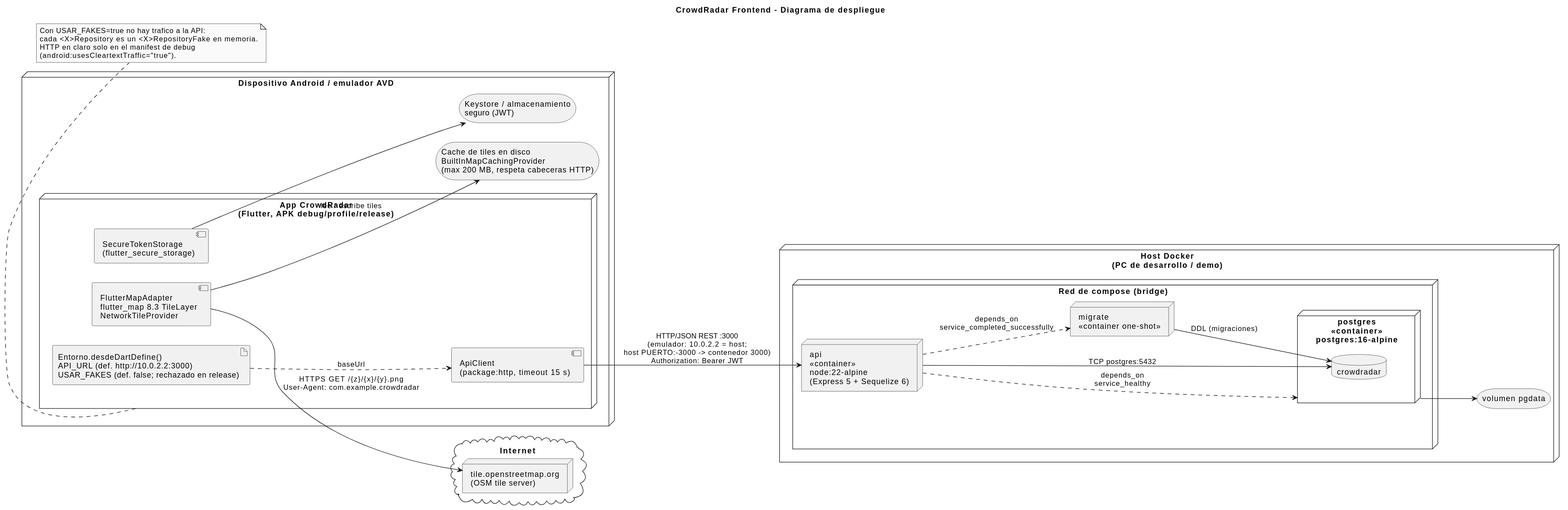
This is docs/diagramas/despliegue.svg from Walturx/CrowdRadar-FrontEnd, a PlantUML export, as it was before one commit. The source it was exported from:
```plantuml
@startuml
skinparam monochrome true
skinparam shadowing false
skinparam defaultFontName Arial
left to right direction

title CrowdRadar Frontend - Diagrama de despliegue

node "Dispositivo Android / emulador AVD" as android {
  node "App CrowdRadar\n(Flutter, APK debug/profile/release)" as apk {
    artifact "Entorno.desdeDartDefine()\nAPI_URL (def. http://10.0.2.2:3000)\nUSAR_FAKES (def. false; rechazado en release)" as entorno
    component "ApiClient\n(package:http, timeout 15 s)" as api
    component "FlutterMapAdapter\nflutter_map 8.3 TileLayer\nNetworkTileProvider" as mapa
    component "SecureTokenStorage\n(flutter_secure_storage)" as tokens
  }
  storage "Cache de tiles en disco\nBuiltInMapCachingProvider\n(max 200 MB, respeta cabeceras HTTP)" as cacheTiles
  storage "Keystore / almacenamiento\nseguro (JWT)" as keystore
}

cloud "Internet" as internet {
  node "tile.openstreetmap.org\n(OSM tile server)" as osm
}

node "Host Docker\n(PC de desarrollo / demo)" as host {
  node "Red de compose (bridge)" as red {
    node "api\n<<container>>\nnode:22-alpine\n(Express 5 + Sequelize 6)" as apiC
    node "migrate\n<<container one-shot>>" as migrate
    node "postgres\n<<container>>\npostgres:16-alpine" as postgres {
      database "crowdradar" as bd
    }
  }
  storage "volumen pgdata" as pgdata
}

entorno ..> api : baseUrl
api --> apiC : HTTP/JSON REST :3000\n(emulador: 10.0.2.2 = host;\nhost PUERTO:-3000 -> contenedor 3000)\nAuthorization: Bearer JWT
mapa --> osm : HTTPS GET /{z}/{x}/{y}.png\nUser-Agent: com.example.crowdradar
mapa --> cacheTiles : lee / escribe tiles
tokens --> keystore
apiC --> bd : TCP postgres:5432
migrate --> bd : DDL (migraciones)
postgres --> pgdata
apiC ..> migrate : depends_on\nservice_completed_successfully
apiC ..> postgres : depends_on\nservice_healthy

note bottom of apk
  Con USAR_FAKES=true no hay trafico a la API:
  cada <X>Repository es un <X>RepositoryFake en memoria.
  HTTP en claro solo en el manifest de debug
  (android:usesCleartextTraffic="true").
end note
@enduml
```
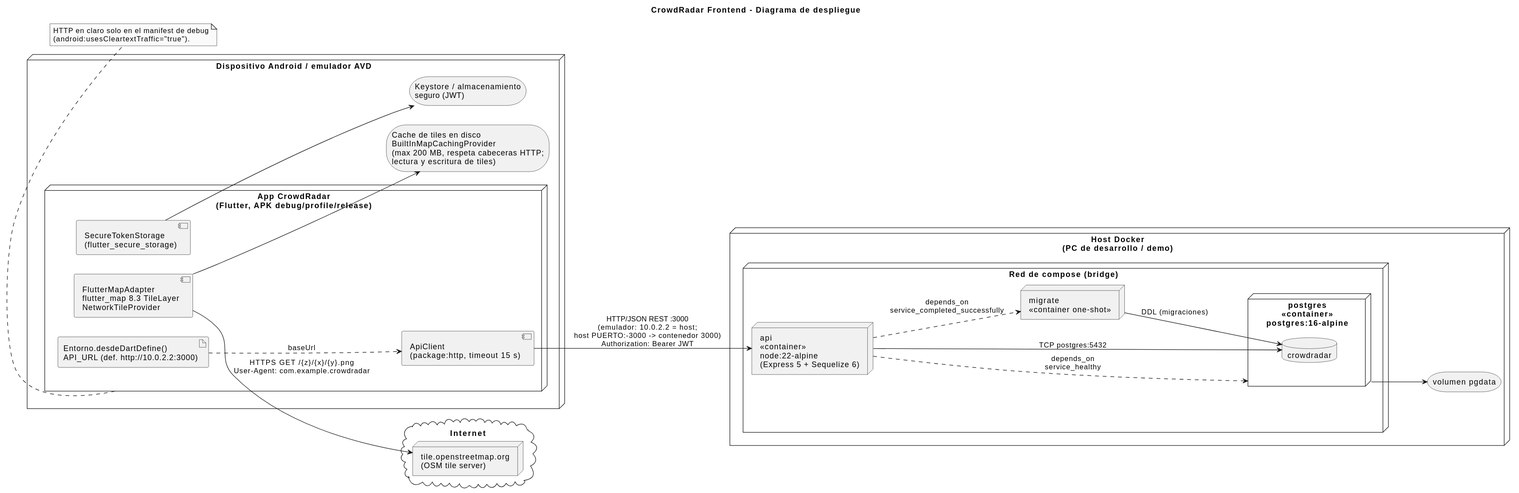
Later version of the same file.

Commit message:
docs: describe the app without fakes in the README and the diagrams

Diff of the diagram source:
```diff
@@ -8,12 +8,12 @@
 
 node "Dispositivo Android / emulador AVD" as android {
   node "App CrowdRadar\n(Flutter, APK debug/profile/release)" as apk {
-    artifact "Entorno.desdeDartDefine()\nAPI_URL (def. http://10.0.2.2:3000)\nUSAR_FAKES (def. false; rechazado en release)" as entorno
+    artifact "Entorno.desdeDartDefine()\nAPI_URL (def. http://10.0.2.2:3000)" as entorno
     component "ApiClient\n(package:http, timeout 15 s)" as api
     component "FlutterMapAdapter\nflutter_map 8.3 TileLayer\nNetworkTileProvider" as mapa
     component "SecureTokenStorage\n(flutter_secure_storage)" as tokens
   }
-  storage "Cache de tiles en disco\nBuiltInMapCachingProvider\n(max 200 MB, respeta cabeceras HTTP)" as cacheTiles
+  storage "Cache de tiles en disco\nBuiltInMapCachingProvider\n(max 200 MB, respeta cabeceras HTTP;\nlectura y escritura de tiles)" as cacheTiles
   storage "Keystore / almacenamiento\nseguro (JWT)" as keystore
 }
 
@@ -35,7 +35,7 @@
 entorno ..> api : baseUrl
 api --> apiC : HTTP/JSON REST :3000\n(emulador: 10.0.2.2 = host;\nhost PUERTO:-3000 -> contenedor 3000)\nAuthorization: Bearer JWT
 mapa --> osm : HTTPS GET /{z}/{x}/{y}.png\nUser-Agent: com.example.crowdradar
-mapa --> cacheTiles : lee / escribe tiles
+mapa --> cacheTiles
 tokens --> keystore
 apiC --> bd : TCP postgres:5432
 migrate --> bd : DDL (migraciones)
@@ -44,8 +44,6 @@
 apiC ..> postgres : depends_on\nservice_healthy
 
 note bottom of apk
-  Con USAR_FAKES=true no hay trafico a la API:
-  cada <X>Repository es un <X>RepositoryFake en memoria.
   HTTP en claro solo en el manifest de debug
   (android:usesCleartextTraffic="true").
 end note
```
